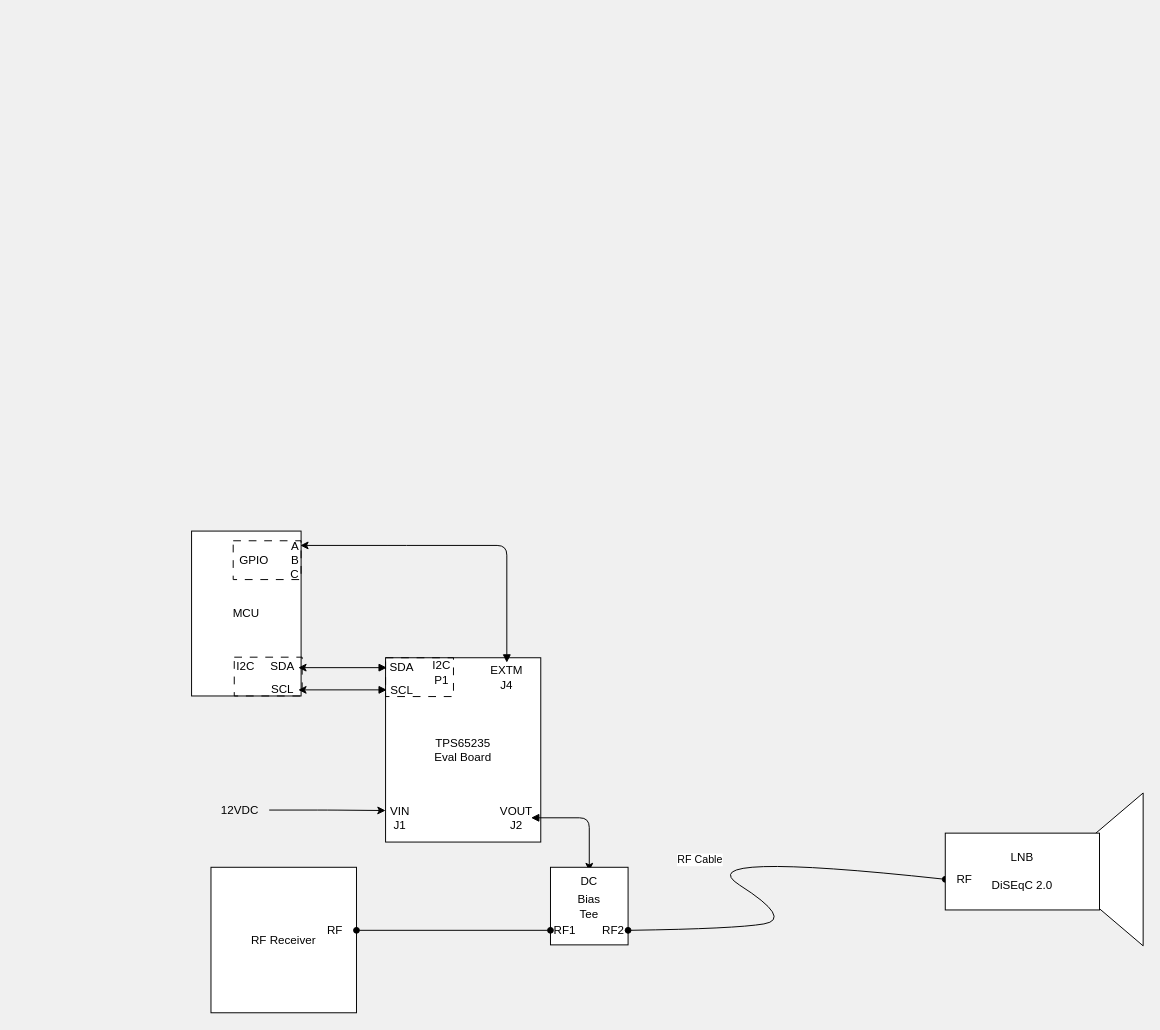
Earlier version of the draw.io diagram hardware/TI_22KHZ_BIAS_TEE.drawio (erikson1970/NEA_Tracking_Calcs). Source tidied: cells renumbered, new cells numbered last; positions are measured from the earlier drawing's top-left corner, leaving out a move shared by most shapes. Both pictures are drawn from the tidied source at 97%, with x=0, y=0 at pixel (191, 531).
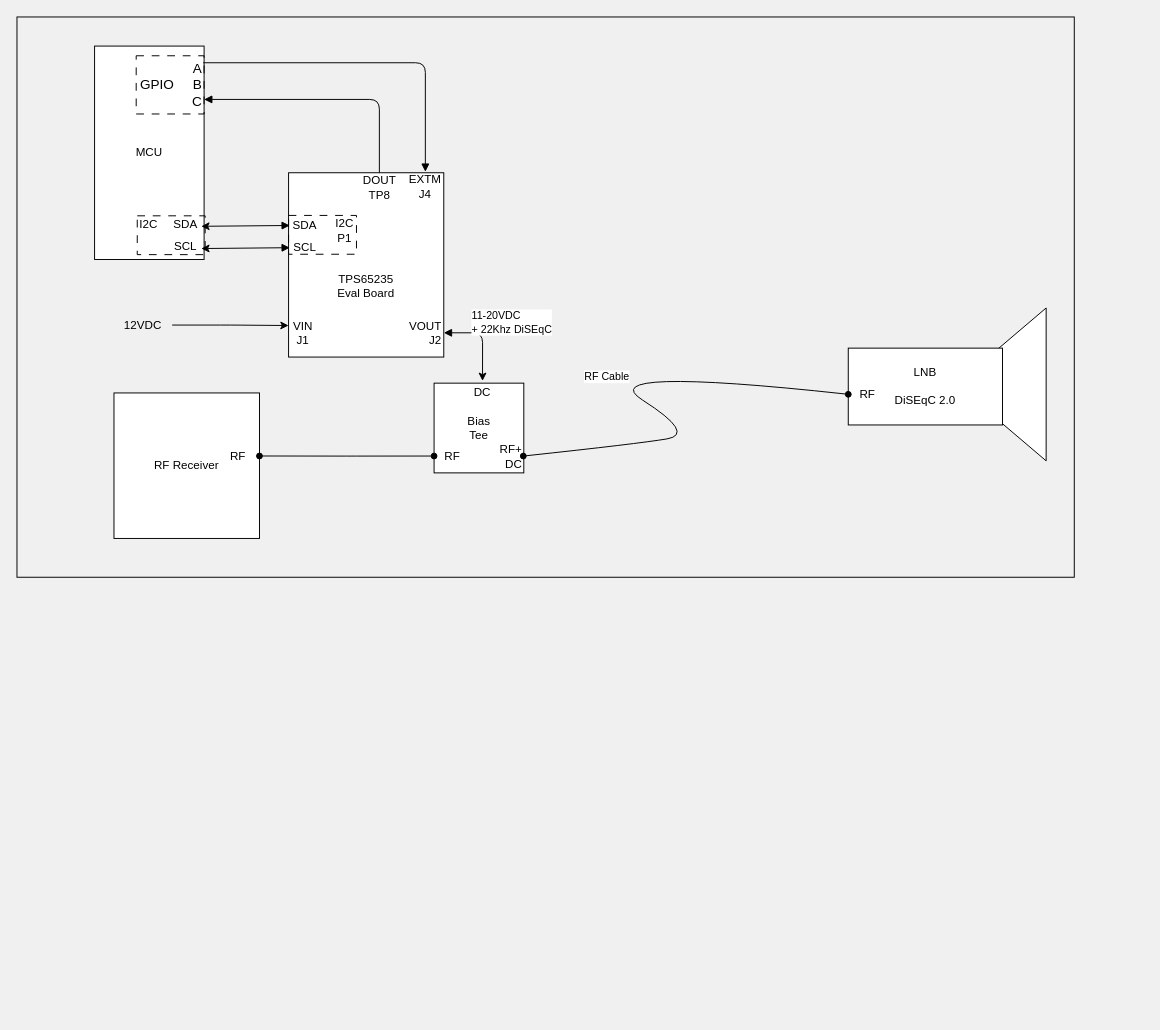
Above is the later version.

Commit message (it also covers changes not shown here):
modest tweask

The change refers to these unchanged cells:
```xml
<mxCell id="9" value="SCL" style="text;html=1;strokeColor=none;fillColor=none;align=center;verticalAlign=middle;whiteSpace=wrap;rounded=0;" parent="6" vertex="1">
  <mxGeometry x="42.4" y="26.2" width="32.4" height="13.8" as="geometry" />
</mxCell>
<mxCell id="36" value="RF" style="text;html=1;strokeColor=none;fillColor=none;align=center;verticalAlign=middle;whiteSpace=wrap;rounded=0;" parent="33" vertex="1">
  <mxGeometry y="69.2" width="39.7" height="39.6" as="geometry" />
</mxCell>
```

What changed in the source:
```diff
@@
+    <mxCell id="40" style="whiteSpace=wrap;html=1;fillColor=none;" parent="1" vertex="1">
+      <mxGeometry x="-180" y="-530" width="1090" height="577.6" as="geometry" />
+    </mxCell>
-    <mxCell id="2" value="TPS65235&lt;br&gt;Eval Board" style="rounded=0;whiteSpace=wrap;html=1;" parent="1" vertex="1">
-      <mxGeometry x="200" y="130.6" width="160" height="190" as="geometry" />
+    <mxCell id="2" value="&lt;br&gt;&lt;br&gt;&lt;br&gt;TPS65235&lt;br&gt;Eval Board" style="rounded=0;whiteSpace=wrap;html=1;" parent="1" vertex="1">
+      <mxGeometry x="100" y="-369.4" width="160" height="190" as="geometry" />
     </mxCell>
-    <mxCell id="3" style="edgeStyle=orthogonalEdgeStyle;html=1;entryX=0.5;entryY=0;entryDx=0;entryDy=0;startArrow=block;startFill=1;" parent="1" edge="1" source="4" target="25">
-      <mxGeometry relative="1" as="geometry" />
-    </mxCell>
-    <mxCell id="4" value="VOUT&lt;br&gt;J2" style="text;html=1;strokeColor=none;fillColor=none;align=center;verticalAlign=middle;whiteSpace=wrap;rounded=0;" parent="1" vertex="1">
-      <mxGeometry x="320" y="280.6" width="30" height="30" as="geometry" />
+    <mxCell id="4" value="VOUT&lt;br&gt;J2" style="text;html=1;strokeColor=none;fillColor=none;align=right;verticalAlign=middle;whiteSpace=wrap;rounded=0;" parent="1" vertex="1">
+      <mxGeometry x="230" y="-219.4" width="30" height="30" as="geometry" />
     </mxCell>
     <mxCell id="5" value="MCU" style="rounded=0;whiteSpace=wrap;html=1;" parent="1" vertex="1">
-      <mxGeometry width="112.9" height="170" as="geometry" />
+      <mxGeometry x="-100" y="-500" width="112.9" height="220" as="geometry" />
     </mxCell>
     <mxCell id="6" style="group;" parent="1" vertex="1">
-      <mxGeometry x="35.3" y="130" width="78.7" height="40" as="geometry" />
+      <mxGeometry x="-64.7" y="-326" width="78.7" height="40" as="geometry" />
     </mxCell>
@@
     <mxCell id="10" style="rounded=0;whiteSpace=wrap;html=1;fillColor=none;dashed=1;dashPattern=8 8;" parent="6" vertex="1">
-      <mxGeometry x="8.7" width="70" height="40" as="geometry" />
+      <mxGeometry x="8.7" y="1" width="70" height="40" as="geometry" />
     </mxCell>
-    <mxCell id="11" style="edgeStyle=none;html=1;" parent="1" edge="1" source="9" target="5">
-      <mxGeometry relative="1" as="geometry" />
-    </mxCell>
     <mxCell id="12" style="group;" parent="1" vertex="1">
-      <mxGeometry x="200" y="130.6" width="79.6" height="40" as="geometry" />
+      <mxGeometry x="100" y="-325.4" width="79.6" height="40" as="geometry" />
     </mxCell>
@@
     <mxCell id="20" value="VIN&lt;br&gt;J1" style="text;html=1;strokeColor=none;fillColor=none;align=center;verticalAlign=middle;whiteSpace=wrap;rounded=0;" parent="1" vertex="1">
-      <mxGeometry x="200" y="280.6" width="30" height="30" as="geometry" />
+      <mxGeometry x="100" y="-219.4" width="30" height="30" as="geometry" />
     </mxCell>
     <mxCell id="21" style="group;" parent="1" vertex="1">
-      <mxGeometry x="370" y="340.6" width="80" height="86" as="geometry" />
+      <mxGeometry x="250" y="-159.4" width="100" height="99.4" as="geometry" />
     </mxCell>
     <mxCell id="22" value="Bias&lt;br&gt;Tee" style="whiteSpace=wrap;html=1;" parent="21" vertex="1">
-      <mxGeometry y="6" width="80" height="80" as="geometry" />
+      <mxGeometry y="6.9" width="92.5" height="92.5" as="geometry" />
     </mxCell>
-    <mxCell id="23" value="RF2" style="text;html=1;strokeColor=none;fillColor=none;align=center;verticalAlign=middle;whiteSpace=wrap;rounded=0;" parent="21" vertex="1">
-      <mxGeometry x="50" y="56" width="30" height="30" as="geometry" />
+    <mxCell id="23" value="RF+&lt;br&gt;DC" style="text;html=1;strokeColor=none;fillColor=none;align=right;verticalAlign=middle;whiteSpace=wrap;rounded=0;" parent="21" vertex="1">
+      <mxGeometry x="54.5" y="64.7" width="37.5" height="34.7" as="geometry" />
     </mxCell>
-    <mxCell id="24" value="RF1" style="text;html=1;strokeColor=none;fillColor=none;align=center;verticalAlign=middle;whiteSpace=wrap;rounded=0;" parent="21" vertex="1">
-      <mxGeometry y="56" width="30" height="30" as="geometry" />
+    <mxCell id="24" value="RF" style="text;html=1;strokeColor=none;fillColor=none;align=center;verticalAlign=middle;whiteSpace=wrap;rounded=0;" parent="21" vertex="1">
+      <mxGeometry y="64.7" width="37.5" height="34.7" as="geometry" />
     </mxCell>
     <mxCell id="25" value="DC" style="text;html=1;strokeColor=none;fillColor=none;align=center;verticalAlign=middle;whiteSpace=wrap;rounded=0;" parent="21" vertex="1">
-      <mxGeometry x="25" y="10" width="30" height="20" as="geometry" />
+      <mxGeometry x="31.2" y="4.6" width="37.5" height="23.1" as="geometry" />
     </mxCell>
@@
     <mxCell id="27" value="12VDC" style="text;html=1;strokeColor=none;fillColor=none;align=center;verticalAlign=middle;whiteSpace=wrap;rounded=0;" parent="1" vertex="1">
-      <mxGeometry x="20" y="272.6" width="60" height="30" as="geometry" />
+      <mxGeometry x="-80" y="-227.4" width="60" height="30" as="geometry" />
     </mxCell>
     <mxCell id="28" style="group;" parent="1" vertex="1">
-      <mxGeometry x="20" y="340.6" width="170" height="156" as="geometry" />
+      <mxGeometry x="-80" y="-148.4" width="170" height="156" as="geometry" />
     </mxCell>
@@
-    <mxCell id="32" value="RF Cable" style="curved=1;endArrow=oval;html=1;exitX=1;exitY=0.5;exitDx=0;exitDy=0;entryX=0;entryY=0.5;entryDx=0;entryDy=0;startArrow=oval;startFill=1;endFill=1;" parent="1" edge="1" source="23" target="36">
-      <mxGeometry relative="1" as="geometry">
-        <Array as="points">
-          <mxPoint x="560" y="410" />
-          <mxPoint x="620" y="400" />
-          <mxPoint x="510" y="330" />
-        </Array>
-      </mxGeometry>
-    </mxCell>
     <mxCell id="33" style="group;" parent="1" vertex="1">
-      <mxGeometry x="777" y="270" width="204" height="157.6" as="geometry" />
+      <mxGeometry x="677" y="-230" width="204" height="157.6" as="geometry" />
     </mxCell>
@@
-    <mxCell id="37" value="A&lt;br&gt;GPIO&amp;nbsp; &amp;nbsp; &amp;nbsp; &amp;nbsp;B&lt;br&gt;C" style="rounded=0;whiteSpace=wrap;html=1;fillColor=none;dashed=1;dashPattern=8 8;align=right;" parent="1" vertex="1">
-      <mxGeometry x="42.9" y="10" width="70" height="40" as="geometry" />
+    <mxCell id="37" value="&lt;font style=&quot;font-size: 14px;&quot;&gt;A&lt;br&gt;GPIO&amp;nbsp; &amp;nbsp; &amp;nbsp;B&lt;br&gt;C&lt;/font&gt;" style="rounded=0;whiteSpace=wrap;html=1;fillColor=none;dashed=1;dashPattern=8 8;align=right;" parent="1" vertex="1">
+      <mxGeometry x="-57.1" y="-490" width="70" height="60" as="geometry" />
     </mxCell>
     <mxCell id="38" value="EXTM&lt;br&gt;J4&lt;br&gt;" style="text;html=1;strokeColor=none;fillColor=none;align=center;verticalAlign=middle;whiteSpace=wrap;rounded=0;" parent="1" vertex="1">
-      <mxGeometry x="310" y="135.6" width="30" height="30" as="geometry" />
+      <mxGeometry x="226" y="-370.4" width="30" height="30" as="geometry" />
     </mxCell>
-    <mxCell id="39" style="edgeStyle=orthogonalEdgeStyle;html=1;entryX=0.988;entryY=0.12;entryDx=0;entryDy=0;startArrow=block;startFill=1;exitX=0.5;exitY=0;exitDx=0;exitDy=0;entryPerimeter=0;" parent="1" edge="1" source="38" target="37">
+    <mxCell id="39" style="edgeStyle=orthogonalEdgeStyle;html=1;entryX=0.988;entryY=0.12;entryDx=0;entryDy=0;startArrow=block;startFill=1;exitX=0.5;exitY=0;exitDx=0;exitDy=0;entryPerimeter=0;endArrow=none;endFill=0;" parent="1" edge="1" source="38" target="37">
       <mxGeometry relative="1" as="geometry" />
     </mxCell>
+    <mxCell id="41" value="DOUT&lt;br&gt;TP8" style="text;html=1;strokeColor=none;fillColor=none;align=center;verticalAlign=middle;whiteSpace=wrap;rounded=0;" parent="1" vertex="1">
+      <mxGeometry x="178.6" y="-369.4" width="30" height="30" as="geometry" />
+    </mxCell>
+    <mxCell id="42" style="edgeStyle=orthogonalEdgeStyle;html=1;entryX=0.5;entryY=0;entryDx=0;entryDy=0;startArrow=block;startFill=1;exitX=1;exitY=0.75;exitDx=0;exitDy=0;endArrow=none;endFill=0;" parent="1" edge="1" source="37" target="41">
+      <mxGeometry relative="1" as="geometry" />
+    </mxCell>
+    <mxCell id="3" value="&lt;div style=&quot;text-align: left;&quot;&gt;11-20VDC&lt;/div&gt;&lt;div style=&quot;text-align: left;&quot;&gt;+ 22Khz DiSEqC&lt;/div&gt;" style="edgeStyle=orthogonalEdgeStyle;html=1;entryX=0.5;entryY=0;entryDx=0;entryDy=0;startArrow=block;startFill=1;" parent="1" edge="1" source="4" target="25">
+      <mxGeometry x="0.01" y="34" relative="1" as="geometry">
+        <mxPoint x="-4" y="-16" as="offset" />
+      </mxGeometry>
+    </mxCell>
+    <mxCell id="32" value="RF Cable" style="curved=1;endArrow=oval;html=1;entryX=0;entryY=0.5;entryDx=0;entryDy=0;startArrow=oval;startFill=1;endFill=1;exitX=1;exitY=0.5;exitDx=0;exitDy=0;" parent="1" edge="1" source="23" target="36">
+      <mxGeometry relative="1" as="geometry">
+        <Array as="points">
+          <mxPoint x="460" y="-90" />
+          <mxPoint x="520" y="-100" />
+          <mxPoint x="410" y="-170" />
+        </Array>
+      </mxGeometry>
+    </mxCell>
```
